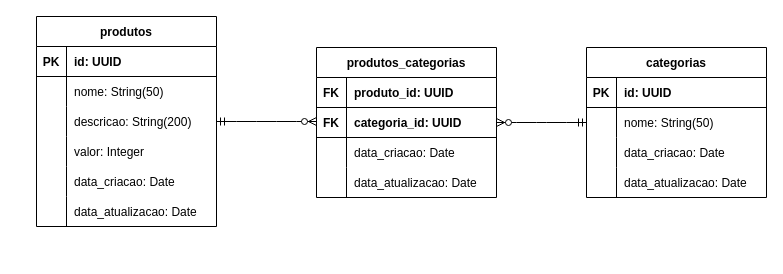
The draw.io diagram page "Modelo Lógico" (2 of 2) of requirements/ecommerce-database.drawio in FranciscoMiojo/ecommerce-node-api, before the edit. Source tidied: cells renumbered, new cells numbered last; positions are measured from the earlier drawing's top-left corner, leaving out a move shared by most shapes. Both pictures are drawn from the tidied source at 100%, with x=0, y=0 at pixel (36, 16).
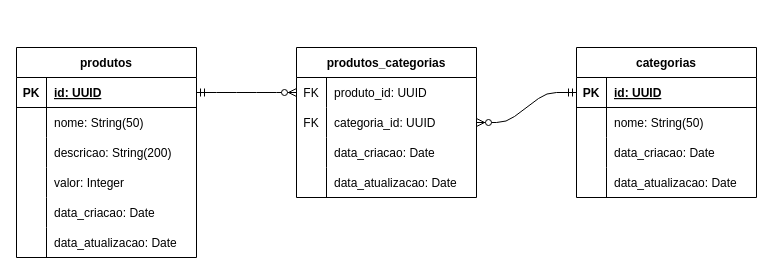
After the change.

The change refers to these unchanged cells:
```xml
<mxCell id="15" style="shape=tableRow;horizontal=0;startSize=0;swimlaneHead=0;swimlaneBody=0;fillColor=none;top=0;left=0;right=0;bottom=0;" parent="2" vertex="1">
  <mxGeometry y="150" width="180" height="30" as="geometry" />
</mxCell>
<mxCell id="18" style="shape=tableRow;horizontal=0;startSize=0;swimlaneHead=0;swimlaneBody=0;fillColor=none;top=0;left=0;right=0;bottom=0;" parent="2" vertex="1">
  <mxGeometry y="180" width="180" height="30" as="geometry" />
</mxCell>
```

The edit, as a diff of the source:
```diff
@@
     <mxCell id="2" value="produtos" style="shape=table;startSize=30;childLayout=tableLayout;rowLines=0;fontStyle=1;align=center;" parent="1" vertex="1">
-      <mxGeometry width="180" height="210" as="geometry" />
+      <mxGeometry x="-20" y="31" width="180" height="210" as="geometry" />
     </mxCell>
-    <mxCell id="3" style="shape=tableRow;horizontal=0;startSize=0;swimlaneHead=0;swimlaneBody=0;fillColor=none;top=0;left=0;right=0;bottom=1;" parent="2" vertex="1">
-      <mxGeometry y="30" width="180" height="30" as="geometry" />
-    </mxCell>
-    <mxCell id="4" value="PK" style="shape=partialRectangle;fillColor=none;top=0;left=0;bottom=0;right=0;fontStyle=1;overflow=hidden;" parent="3" vertex="1">
-      <mxGeometry width="30" height="30" as="geometry" />
-    </mxCell>
-    <mxCell id="5" value="id: UUID" style="shape=partialRectangle;fillColor=none;top=0;left=0;bottom=0;right=0;align=left;spacingLeft=6;fontStyle=1;overflow=hidden;" parent="3" vertex="1">
-      <mxGeometry x="30" width="150" height="30" as="geometry" />
-    </mxCell>
-    <mxCell id="6" style="shape=tableRow;horizontal=0;startSize=0;swimlaneHead=0;swimlaneBody=0;fillColor=none;top=0;left=0;right=0;bottom=0;" parent="2" vertex="1">
-      <mxGeometry y="60" width="180" height="30" as="geometry" />
-    </mxCell>
-    <mxCell id="7" style="shape=partialRectangle;fillColor=none;top=0;left=0;bottom=0;right=0;overflow=hidden;" parent="6" vertex="1">
-      <mxGeometry width="30" height="30" as="geometry" />
-    </mxCell>
-    <mxCell id="8" value="nome: String(50)" style="shape=partialRectangle;fillColor=none;top=0;left=0;bottom=0;right=0;align=left;spacingLeft=6;overflow=hidden;" parent="6" vertex="1">
-      <mxGeometry x="30" width="150" height="30" as="geometry" />
-    </mxCell>
-    <mxCell id="9" style="shape=tableRow;horizontal=0;startSize=0;swimlaneHead=0;swimlaneBody=0;fillColor=none;points=[[0,0.5],[1,0.5]];portConstraint=eastwest;top=0;left=0;right=0;bottom=0;" parent="2" vertex="1">
-      <mxGeometry y="90" width="180" height="30" as="geometry" />
-    </mxCell>
-    <mxCell id="10" style="shape=partialRectangle;fillColor=none;top=0;left=0;bottom=0;right=0;overflow=hidden;" parent="9" vertex="1">
-      <mxGeometry width="30" height="30" as="geometry" />
-    </mxCell>
+    <mxCell id="49" style="shape=tableRow;horizontal=0;startSize=0;swimlaneHead=0;swimlaneBody=0;fillColor=none;points=[[0,0.5],[1,0.5]];portConstraint=eastwest;top=0;left=0;right=0;bottom=1;" parent="2" vertex="1">
+      <mxGeometry y="30" width="180" height="30" as="geometry" />
+    </mxCell>
+    <mxCell id="50" value="PK" style="shape=partialRectangle;fillColor=none;top=0;left=0;bottom=0;right=0;fontStyle=1;overflow=hidden;" parent="49" vertex="1">
+      <mxGeometry width="30" height="30" as="geometry" />
+    </mxCell>
+    <mxCell id="51" value="id: UUID" style="shape=partialRectangle;fillColor=none;top=0;left=0;bottom=0;right=0;align=left;spacingLeft=6;fontStyle=5;overflow=hidden;" parent="49" vertex="1">
+      <mxGeometry x="30" width="150" height="30" as="geometry" />
+    </mxCell>
+    <mxCell id="52" style="shape=tableRow;horizontal=0;startSize=0;swimlaneHead=0;swimlaneBody=0;fillColor=none;top=0;left=0;right=0;bottom=0;" parent="2" vertex="1">
+      <mxGeometry y="60" width="180" height="30" as="geometry" />
+    </mxCell>
+    <mxCell id="53" style="shape=partialRectangle;fillColor=none;top=0;left=0;bottom=0;right=0;overflow=hidden;" parent="52" vertex="1">
+      <mxGeometry width="30" height="30" as="geometry" />
+    </mxCell>
+    <mxCell id="54" value="nome: String(50)" style="shape=partialRectangle;fillColor=none;top=0;left=0;bottom=0;right=0;align=left;spacingLeft=6;overflow=hidden;" parent="52" vertex="1">
+      <mxGeometry x="30" width="150" height="30" as="geometry" />
+    </mxCell>
+    <mxCell id="55" style="shape=tableRow;horizontal=0;startSize=0;swimlaneHead=0;swimlaneBody=0;fillColor=none;top=0;left=0;right=0;bottom=0;" parent="2" vertex="1">
+      <mxGeometry y="90" width="180" height="30" as="geometry" />
+    </mxCell>
+    <mxCell id="56" style="shape=partialRectangle;fillColor=none;top=0;left=0;bottom=0;right=0;overflow=hidden;" parent="55" vertex="1">
+      <mxGeometry width="30" height="30" as="geometry" />
+    </mxCell>
-    <mxCell id="11" value="descricao: String(200)" style="shape=partialRectangle;fillColor=none;top=0;left=0;bottom=0;right=0;align=left;spacingLeft=6;overflow=hidden;" parent="9" vertex="1">
+    <mxCell id="11" value="descricao: String(200) " style="shape=partialRectangle;fillColor=none;top=0;left=0;bottom=0;right=0;align=left;spacingLeft=6;overflow=hidden;" parent="55" vertex="1">
       <mxGeometry x="30" width="150" height="30" as="geometry" />
     </mxCell>
-    <mxCell id="12" style="shape=tableRow;horizontal=0;startSize=0;swimlaneHead=0;swimlaneBody=0;fillColor=none;top=0;left=0;right=0;bottom=0;" parent="2" vertex="1">
-      <mxGeometry y="120" width="180" height="30" as="geometry" />
-    </mxCell>
-    <mxCell id="13" style="shape=partialRectangle;fillColor=none;top=0;left=0;bottom=0;right=0;overflow=hidden;" parent="12" vertex="1">
-      <mxGeometry width="30" height="30" as="geometry" />
-    </mxCell>
+    <mxCell id="57" style="shape=tableRow;horizontal=0;startSize=0;swimlaneHead=0;swimlaneBody=0;fillColor=none;top=0;left=0;right=0;bottom=0;" parent="2" vertex="1">
+      <mxGeometry y="120" width="180" height="30" as="geometry" />
+    </mxCell>
+    <mxCell id="58" style="shape=partialRectangle;fillColor=none;top=0;left=0;bottom=0;right=0;overflow=hidden;" parent="57" vertex="1">
+      <mxGeometry width="30" height="30" as="geometry" />
+    </mxCell>
-    <mxCell id="14" value="valor: Integer" style="shape=partialRectangle;fillColor=none;top=0;left=0;bottom=0;right=0;align=left;spacingLeft=6;overflow=hidden;" parent="12" vertex="1">
+    <mxCell id="14" value="valor: Integer" style="shape=partialRectangle;fillColor=none;top=0;left=0;bottom=0;right=0;align=left;spacingLeft=6;overflow=hidden;" parent="57" vertex="1">
       <mxGeometry x="30" width="150" height="30" as="geometry" />
     </mxCell>
@@
-    <mxCell id="16" style="shape=partialRectangle;fillColor=none;top=0;left=0;bottom=0;right=0;overflow=hidden;" parent="15" vertex="1">
-      <mxGeometry width="30" height="30" as="geometry" />
-    </mxCell>
-    <mxCell id="17" value="data_criacao: Date" style="shape=partialRectangle;fillColor=none;top=0;left=0;bottom=0;right=0;align=left;spacingLeft=6;overflow=hidden;" parent="15" vertex="1">
-      <mxGeometry x="30" width="150" height="30" as="geometry" />
-    </mxCell>
+    <mxCell id="59" style="shape=partialRectangle;fillColor=none;top=0;left=0;bottom=0;right=0;overflow=hidden;" parent="15" vertex="1">
+      <mxGeometry width="30" height="30" as="geometry" />
+    </mxCell>
+    <mxCell id="60" value="data_criacao: Date" style="shape=partialRectangle;fillColor=none;top=0;left=0;bottom=0;right=0;align=left;spacingLeft=6;overflow=hidden;" parent="15" vertex="1">
+      <mxGeometry x="30" width="150" height="30" as="geometry" />
+    </mxCell>
@@
-    <mxCell id="19" style="shape=partialRectangle;fillColor=none;top=0;left=0;bottom=0;right=0;overflow=hidden;" parent="18" vertex="1">
-      <mxGeometry width="30" height="30" as="geometry" />
-    </mxCell>
-    <mxCell id="20" value="data_atualizacao: Date" style="shape=partialRectangle;fillColor=none;top=0;left=0;bottom=0;right=0;align=left;spacingLeft=6;overflow=hidden;" parent="18" vertex="1">
-      <mxGeometry x="30" width="150" height="30" as="geometry" />
-    </mxCell>
+    <mxCell id="61" style="shape=partialRectangle;fillColor=none;top=0;left=0;bottom=0;right=0;overflow=hidden;" parent="18" vertex="1">
+      <mxGeometry width="30" height="30" as="geometry" />
+    </mxCell>
+    <mxCell id="62" value="data_atualizacao: Date" style="shape=partialRectangle;fillColor=none;top=0;left=0;bottom=0;right=0;align=left;spacingLeft=6;overflow=hidden;" parent="18" vertex="1">
+      <mxGeometry x="30" width="150" height="30" as="geometry" />
+    </mxCell>
     <mxCell id="21" value="categorias" style="shape=table;startSize=30;childLayout=tableLayout;rowLines=0;fontStyle=1;align=center;" parent="1" vertex="1">
-      <mxGeometry x="550" y="31" width="180" height="150" as="geometry" />
+      <mxGeometry x="540" y="31" width="180" height="150" as="geometry" />
     </mxCell>
-    <mxCell id="22" style="shape=tableRow;horizontal=0;startSize=0;swimlaneHead=0;swimlaneBody=0;fillColor=none;top=0;left=0;right=0;bottom=1;" parent="21" vertex="1">
-      <mxGeometry y="30" width="180" height="30" as="geometry" />
-    </mxCell>
-    <mxCell id="23" value="PK" style="shape=partialRectangle;fillColor=none;top=0;left=0;bottom=0;right=0;fontStyle=1;overflow=hidden;" parent="22" vertex="1">
-      <mxGeometry width="30" height="30" as="geometry" />
-    </mxCell>
-    <mxCell id="24" value="id: UUID" style="shape=partialRectangle;fillColor=none;top=0;left=0;bottom=0;right=0;align=left;spacingLeft=6;fontStyle=1;overflow=hidden;" parent="22" vertex="1">
-      <mxGeometry x="30" width="150" height="30" as="geometry" />
-    </mxCell>
-    <mxCell id="25" style="shape=tableRow;horizontal=0;startSize=0;swimlaneHead=0;swimlaneBody=0;fillColor=none;points=[[0,0.5],[1,0.5]];portConstraint=eastwest;top=0;left=0;right=0;bottom=0;" parent="21" vertex="1">
-      <mxGeometry y="60" width="180" height="30" as="geometry" />
-    </mxCell>
-    <mxCell id="26" style="shape=partialRectangle;fillColor=none;top=0;left=0;bottom=0;right=0;overflow=hidden;" parent="25" vertex="1">
-      <mxGeometry width="30" height="30" as="geometry" />
-    </mxCell>
-    <mxCell id="27" value="nome: String(50)" style="shape=partialRectangle;fillColor=none;top=0;left=0;bottom=0;right=0;align=left;spacingLeft=6;overflow=hidden;" parent="25" vertex="1">
-      <mxGeometry x="30" width="150" height="30" as="geometry" />
-    </mxCell>
-    <mxCell id="28" style="shape=tableRow;horizontal=0;startSize=0;swimlaneHead=0;swimlaneBody=0;fillColor=none;top=0;left=0;right=0;bottom=0;" parent="21" vertex="1">
-      <mxGeometry y="90" width="180" height="30" as="geometry" />
-    </mxCell>
-    <mxCell id="29" style="shape=partialRectangle;fillColor=none;top=0;left=0;bottom=0;right=0;overflow=hidden;" parent="28" vertex="1">
-      <mxGeometry width="30" height="30" as="geometry" />
-    </mxCell>
-    <mxCell id="30" value="data_criacao: Date" style="shape=partialRectangle;fillColor=none;top=0;left=0;bottom=0;right=0;align=left;spacingLeft=6;overflow=hidden;" parent="28" vertex="1">
-      <mxGeometry x="30" width="150" height="30" as="geometry" />
-    </mxCell>
-    <mxCell id="31" style="shape=tableRow;horizontal=0;startSize=0;swimlaneHead=0;swimlaneBody=0;fillColor=none;top=0;left=0;right=0;bottom=0;" parent="21" vertex="1">
-      <mxGeometry y="120" width="180" height="30" as="geometry" />
-    </mxCell>
-    <mxCell id="32" style="shape=partialRectangle;fillColor=none;top=0;left=0;bottom=0;right=0;overflow=hidden;" parent="31" vertex="1">
-      <mxGeometry width="30" height="30" as="geometry" />
-    </mxCell>
-    <mxCell id="33" value="data_atualizacao: Date" style="shape=partialRectangle;fillColor=none;top=0;left=0;bottom=0;right=0;align=left;spacingLeft=6;overflow=hidden;" parent="31" vertex="1">
-      <mxGeometry x="30" width="150" height="30" as="geometry" />
-    </mxCell>
+    <mxCell id="63" style="shape=tableRow;horizontal=0;startSize=0;swimlaneHead=0;swimlaneBody=0;fillColor=none;points=[[0,0.5],[1,0.5]];portConstraint=eastwest;top=0;left=0;right=0;bottom=1;" parent="21" vertex="1">
+      <mxGeometry y="30" width="180" height="30" as="geometry" />
+    </mxCell>
+    <mxCell id="64" value="PK" style="shape=partialRectangle;fillColor=none;top=0;left=0;bottom=0;right=0;fontStyle=1;overflow=hidden;" parent="63" vertex="1">
+      <mxGeometry width="30" height="30" as="geometry" />
+    </mxCell>
+    <mxCell id="65" value="id: UUID" style="shape=partialRectangle;fillColor=none;top=0;left=0;bottom=0;right=0;align=left;spacingLeft=6;fontStyle=5;overflow=hidden;" parent="63" vertex="1">
+      <mxGeometry x="30" width="150" height="30" as="geometry" />
+    </mxCell>
+    <mxCell id="66" style="shape=tableRow;horizontal=0;startSize=0;swimlaneHead=0;swimlaneBody=0;fillColor=none;top=0;left=0;right=0;bottom=0;" parent="21" vertex="1">
+      <mxGeometry y="60" width="180" height="30" as="geometry" />
+    </mxCell>
+    <mxCell id="67" style="shape=partialRectangle;fillColor=none;top=0;left=0;bottom=0;right=0;overflow=hidden;" parent="66" vertex="1">
+      <mxGeometry width="30" height="30" as="geometry" />
+    </mxCell>
+    <mxCell id="68" value="nome: String(50)" style="shape=partialRectangle;fillColor=none;top=0;left=0;bottom=0;right=0;align=left;spacingLeft=6;overflow=hidden;" parent="66" vertex="1">
+      <mxGeometry x="30" width="150" height="30" as="geometry" />
+    </mxCell>
+    <mxCell id="69" style="shape=tableRow;horizontal=0;startSize=0;swimlaneHead=0;swimlaneBody=0;fillColor=none;top=0;left=0;right=0;bottom=0;" parent="21" vertex="1">
+      <mxGeometry y="90" width="180" height="30" as="geometry" />
+    </mxCell>
+    <mxCell id="70" style="shape=partialRectangle;fillColor=none;top=0;left=0;bottom=0;right=0;overflow=hidden;" parent="69" vertex="1">
+      <mxGeometry width="30" height="30" as="geometry" />
+    </mxCell>
+    <mxCell id="71" value="data_criacao: Date" style="shape=partialRectangle;fillColor=none;top=0;left=0;bottom=0;right=0;align=left;spacingLeft=6;overflow=hidden;" parent="69" vertex="1">
+      <mxGeometry x="30" width="150" height="30" as="geometry" />
+    </mxCell>
+    <mxCell id="72" style="shape=tableRow;horizontal=0;startSize=0;swimlaneHead=0;swimlaneBody=0;fillColor=none;top=0;left=0;right=0;bottom=0;" parent="21" vertex="1">
+      <mxGeometry y="120" width="180" height="30" as="geometry" />
+    </mxCell>
+    <mxCell id="73" style="shape=partialRectangle;fillColor=none;top=0;left=0;bottom=0;right=0;overflow=hidden;" parent="72" vertex="1">
+      <mxGeometry width="30" height="30" as="geometry" />
+    </mxCell>
+    <mxCell id="74" value="data_atualizacao: Date" style="shape=partialRectangle;fillColor=none;top=0;left=0;bottom=0;right=0;align=left;spacingLeft=6;overflow=hidden;" parent="72" vertex="1">
+      <mxGeometry x="30" width="150" height="30" as="geometry" />
+    </mxCell>
     <mxCell id="34" value="produtos_categorias" style="shape=table;startSize=30;childLayout=tableLayout;rowLines=0;fontStyle=1;align=center;" parent="1" vertex="1">
-      <mxGeometry x="280" y="31" width="180" height="150" as="geometry" />
+      <mxGeometry x="260" y="31" width="180" height="150" as="geometry" />
     </mxCell>
-    <mxCell id="35" style="shape=tableRow;horizontal=0;startSize=0;swimlaneHead=0;swimlaneBody=0;fillColor=none;top=0;left=0;right=0;bottom=1;" parent="34" vertex="1">
-      <mxGeometry y="30" width="180" height="30" as="geometry" />
-    </mxCell>
-    <mxCell id="36" value="FK" style="shape=partialRectangle;fillColor=none;top=0;left=0;bottom=0;right=0;fontStyle=1;overflow=hidden;" parent="35" vertex="1">
-      <mxGeometry width="30" height="30" as="geometry" />
-    </mxCell>
+    <mxCell id="75" style="shape=tableRow;horizontal=0;startSize=0;swimlaneHead=0;swimlaneBody=0;fillColor=none;top=0;left=0;right=0;bottom=0;" parent="34" vertex="1">
+      <mxGeometry y="30" width="180" height="30" as="geometry" />
+    </mxCell>
+    <mxCell id="76" value="FK" style="shape=partialRectangle;fillColor=none;top=0;left=0;bottom=0;right=0;fontStyle=0;overflow=hidden;" parent="75" vertex="1">
+      <mxGeometry width="30" height="30" as="geometry" />
+    </mxCell>
-    <mxCell id="37" value="produto_id: UUID" style="shape=partialRectangle;fillColor=none;top=0;left=0;bottom=0;right=0;align=left;spacingLeft=6;fontStyle=1;overflow=hidden;" parent="35" vertex="1">
+    <mxCell id="37" value="produto_id: UUID" style="shape=partialRectangle;fillColor=none;top=0;left=0;bottom=0;right=0;align=left;spacingLeft=6;fontStyle=0;overflow=hidden;" parent="75" vertex="1">
       <mxGeometry x="30" width="150" height="30" as="geometry" />
     </mxCell>
-    <mxCell id="38" style="shape=tableRow;horizontal=0;startSize=0;swimlaneHead=0;swimlaneBody=0;fillColor=none;points=[[0,0.5],[1,0.5]];portConstraint=eastwest;top=0;left=0;right=0;bottom=1;" parent="34" vertex="1">
-      <mxGeometry y="60" width="180" height="30" as="geometry" />
-    </mxCell>
-    <mxCell id="39" value="FK" style="shape=partialRectangle;fillColor=none;top=0;left=0;bottom=0;right=0;fontStyle=1;overflow=hidden;" parent="38" vertex="1">
-      <mxGeometry width="30" height="30" as="geometry" />
-    </mxCell>
+    <mxCell id="77" style="shape=tableRow;horizontal=0;startSize=0;swimlaneHead=0;swimlaneBody=0;fillColor=none;points=[[0,0.5],[1,0.5]];portConstraint=eastwest;top=0;left=0;right=0;bottom=0;" parent="34" vertex="1">
+      <mxGeometry y="60" width="180" height="30" as="geometry" />
+    </mxCell>
+    <mxCell id="78" value="FK" style="shape=partialRectangle;fillColor=none;top=0;left=0;bottom=0;right=0;fontStyle=0;overflow=hidden;" parent="77" vertex="1">
+      <mxGeometry width="30" height="30" as="geometry" />
+    </mxCell>
-    <mxCell id="40" value="categoria_id: UUID" style="shape=partialRectangle;fillColor=none;top=0;left=0;bottom=0;right=0;align=left;spacingLeft=6;fontStyle=1;overflow=hidden;" parent="38" vertex="1">
+    <mxCell id="40" value="categoria_id: UUID" style="shape=partialRectangle;fillColor=none;top=0;left=0;bottom=0;right=0;align=left;spacingLeft=6;fontStyle=0;overflow=hidden;" parent="77" vertex="1">
       <mxGeometry x="30" width="150" height="30" as="geometry" />
     </mxCell>
-    <mxCell id="41" style="shape=tableRow;horizontal=0;startSize=0;swimlaneHead=0;swimlaneBody=0;fillColor=none;top=0;left=0;right=0;bottom=0;" parent="34" vertex="1">
-      <mxGeometry y="90" width="180" height="30" as="geometry" />
-    </mxCell>
-    <mxCell id="42" style="shape=partialRectangle;fillColor=none;top=0;left=0;bottom=0;right=0;overflow=hidden;" parent="41" vertex="1">
-      <mxGeometry width="30" height="30" as="geometry" />
-    </mxCell>
-    <mxCell id="43" value="data_criacao: Date" style="shape=partialRectangle;fillColor=none;top=0;left=0;bottom=0;right=0;align=left;spacingLeft=6;overflow=hidden;" parent="41" vertex="1">
-      <mxGeometry x="30" width="150" height="30" as="geometry" />
-    </mxCell>
-    <mxCell id="44" style="shape=tableRow;horizontal=0;startSize=0;swimlaneHead=0;swimlaneBody=0;fillColor=none;top=0;left=0;right=0;bottom=0;" parent="34" vertex="1">
-      <mxGeometry y="120" width="180" height="30" as="geometry" />
-    </mxCell>
-    <mxCell id="45" style="shape=partialRectangle;fillColor=none;top=0;left=0;bottom=0;right=0;overflow=hidden;" parent="44" vertex="1">
-      <mxGeometry width="30" height="30" as="geometry" />
-    </mxCell>
-    <mxCell id="46" value="data_atualizacao: Date" style="shape=partialRectangle;fillColor=none;top=0;left=0;bottom=0;right=0;align=left;spacingLeft=6;overflow=hidden;" parent="44" vertex="1">
-      <mxGeometry x="30" width="150" height="30" as="geometry" />
-    </mxCell>
-    <mxCell id="47" style="edgeStyle=entityRelationEdgeStyle;fontSize=12;html=1;endArrow=ERzeroToMany;startArrow=ERmandOne;exitX=1;exitY=0.5;exitDx=0;exitDy=0;entryX=0;entryY=0.5;entryDx=0;entryDy=0;" parent="1" edge="1" source="9">
-      <mxGeometry relative="1" as="geometry">
-        <mxPoint x="280" y="105" as="targetPoint" />
-      </mxGeometry>
-    </mxCell>
-    <mxCell id="48" style="edgeStyle=entityRelationEdgeStyle;fontSize=12;html=1;endArrow=ERzeroToMany;startArrow=ERmandOne;exitX=0;exitY=0.5;exitDx=0;exitDy=0;entryX=1;entryY=0.5;entryDx=0;entryDy=0;" parent="1" edge="1" source="25" target="38">
-      <mxGeometry relative="1" as="geometry" />
-    </mxCell>
+    <mxCell id="79" style="shape=tableRow;horizontal=0;startSize=0;swimlaneHead=0;swimlaneBody=0;fillColor=none;top=0;left=0;right=0;bottom=0;" parent="34" vertex="1">
+      <mxGeometry y="90" width="180" height="30" as="geometry" />
+    </mxCell>
+    <mxCell id="80" style="shape=partialRectangle;fillColor=none;top=0;left=0;bottom=0;right=0;overflow=hidden;" parent="79" vertex="1">
+      <mxGeometry width="30" height="30" as="geometry" />
+    </mxCell>
+    <mxCell id="81" value="data_criacao: Date" style="shape=partialRectangle;fillColor=none;top=0;left=0;bottom=0;right=0;align=left;spacingLeft=6;overflow=hidden;" parent="79" vertex="1">
+      <mxGeometry x="30" width="150" height="30" as="geometry" />
+    </mxCell>
+    <mxCell id="82" style="shape=tableRow;horizontal=0;startSize=0;swimlaneHead=0;swimlaneBody=0;fillColor=none;top=0;left=0;right=0;bottom=0;" parent="34" vertex="1">
+      <mxGeometry y="120" width="180" height="30" as="geometry" />
+    </mxCell>
+    <mxCell id="83" style="shape=partialRectangle;fillColor=none;top=0;left=0;bottom=0;right=0;overflow=hidden;" parent="82" vertex="1">
+      <mxGeometry width="30" height="30" as="geometry" />
+    </mxCell>
+    <mxCell id="84" value="data_atualizacao: Date" style="shape=partialRectangle;fillColor=none;top=0;left=0;bottom=0;right=0;align=left;spacingLeft=6;overflow=hidden;" parent="82" vertex="1">
+      <mxGeometry x="30" width="150" height="30" as="geometry" />
+    </mxCell>
+    <mxCell id="85" style="edgeStyle=entityRelationEdgeStyle;fontSize=12;html=1;endArrow=ERzeroToMany;startArrow=ERmandOne;exitX=1;exitY=0.5;exitDx=0;exitDy=0;entryX=0;entryY=0.5;entryDx=0;entryDy=0;" parent="1" edge="1" source="49">
+      <mxGeometry relative="1" as="geometry">
+        <mxPoint x="260" y="76" as="targetPoint" />
+      </mxGeometry>
+    </mxCell>
+    <mxCell id="86" style="edgeStyle=entityRelationEdgeStyle;fontSize=12;html=1;endArrow=ERzeroToMany;startArrow=ERmandOne;exitX=0;exitY=0.5;exitDx=0;exitDy=0;entryX=1;entryY=0.5;entryDx=0;entryDy=0;" parent="1" edge="1" source="63" target="77">
+      <mxGeometry relative="1" as="geometry" />
+    </mxCell>
```
